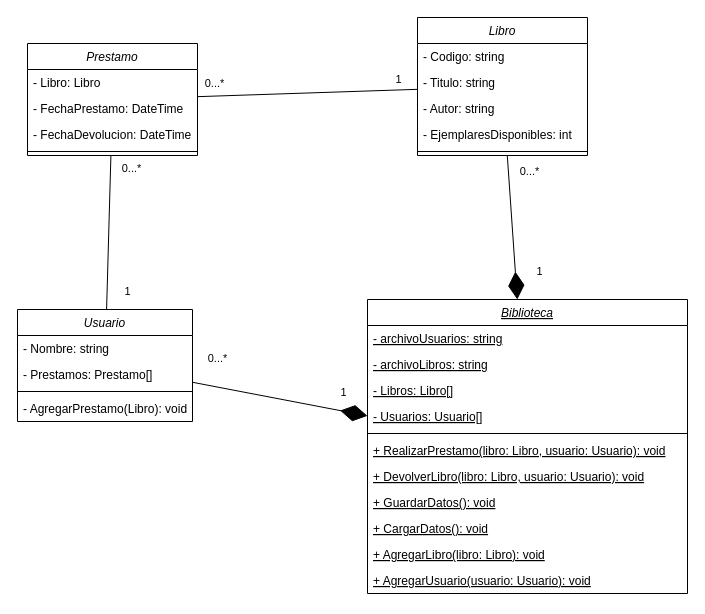
fede-vazquez/clases_cs keeps this draw.io diagram as Persistencia/Biblioteca/Biblioteca.drawio. Above is the earlier version. Source tidied: cells renumbered, new cells numbered last; positions are measured from the earlier drawing's top-left corner, leaving out a move shared by most shapes. Both pictures are drawn from the tidied source at 100%, with x=0, y=0 at pixel (17, 17).
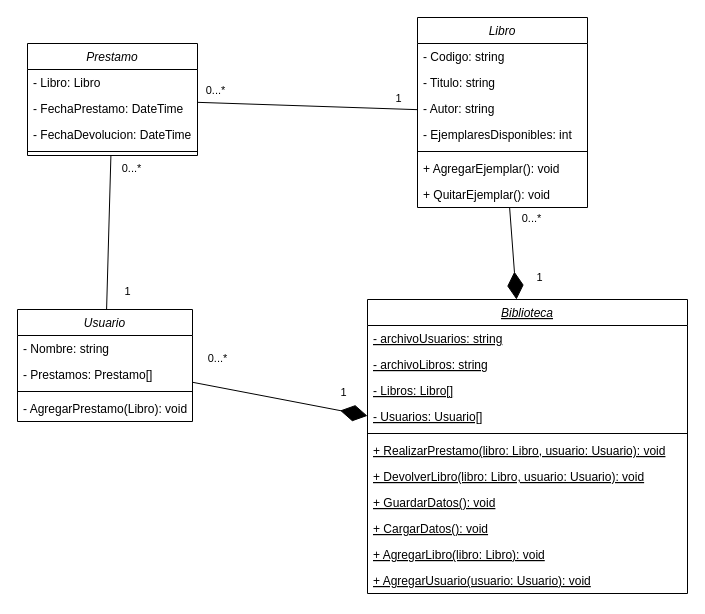
Above is the later version.

Commit message (it also covers changes not shown here):
Modifica el diagrama de Biblioteca.

The edit, as a diff of the source:
```diff
@@
     <mxCell id="7" value="Libro" style="swimlane;fontStyle=2;align=center;verticalAlign=top;horizontal=1;startSize=26;rounded=0;shadow=0;strokeWidth=1;" parent="1" vertex="1">
-      <mxGeometry x="400" width="170" height="138" as="geometry" />
+      <mxGeometry x="400" width="170" height="190" as="geometry" />
     </mxCell>
@@
+    <mxCell id="42" value="+ AgregarEjemplar(): void" style="text;align=left;verticalAlign=top;spacingLeft=4;spacingRight=4;overflow=hidden;" parent="7" vertex="1">
+      <mxGeometry y="138" width="170" height="26" as="geometry" />
+    </mxCell>
+    <mxCell id="43" value="+ QuitarEjemplar(): void" style="text;align=left;verticalAlign=top;spacingLeft=4;spacingRight=4;overflow=hidden;" parent="7" vertex="1">
+      <mxGeometry y="164" width="170" height="26" as="geometry" />
+    </mxCell>
```
